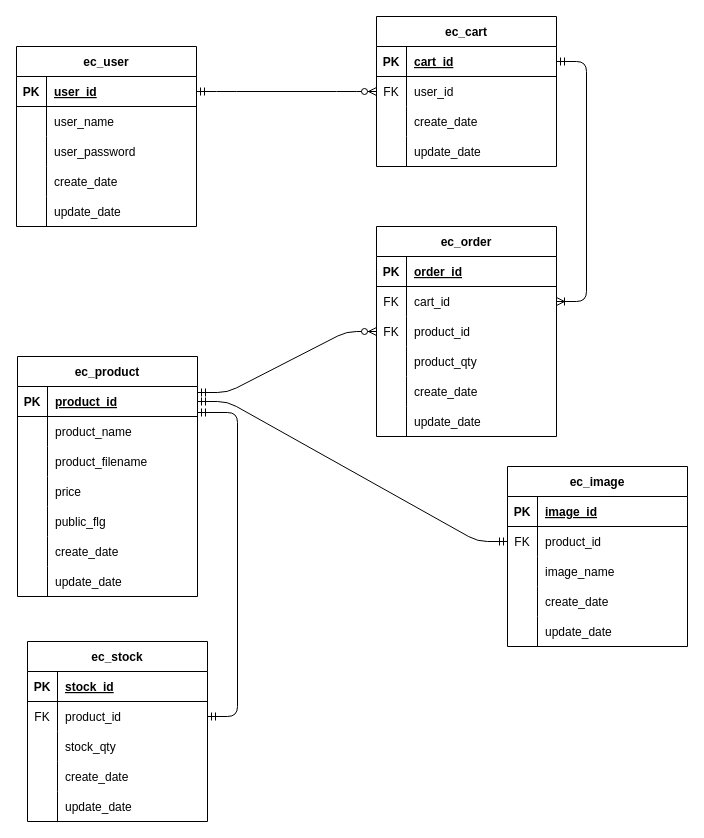
This is htdocs/ec_site/documents/ER.dio from wakamyc701/dc_work_tamachi_wakamiya_PHP, a draw.io file, before an edit. Source tidied: cells renumbered, new cells numbered last; positions are measured from the earlier drawing's top-left corner, leaving out a move shared by most shapes. Both pictures are drawn from the tidied source at 100%, with x=0, y=0 at pixel (16, 16).
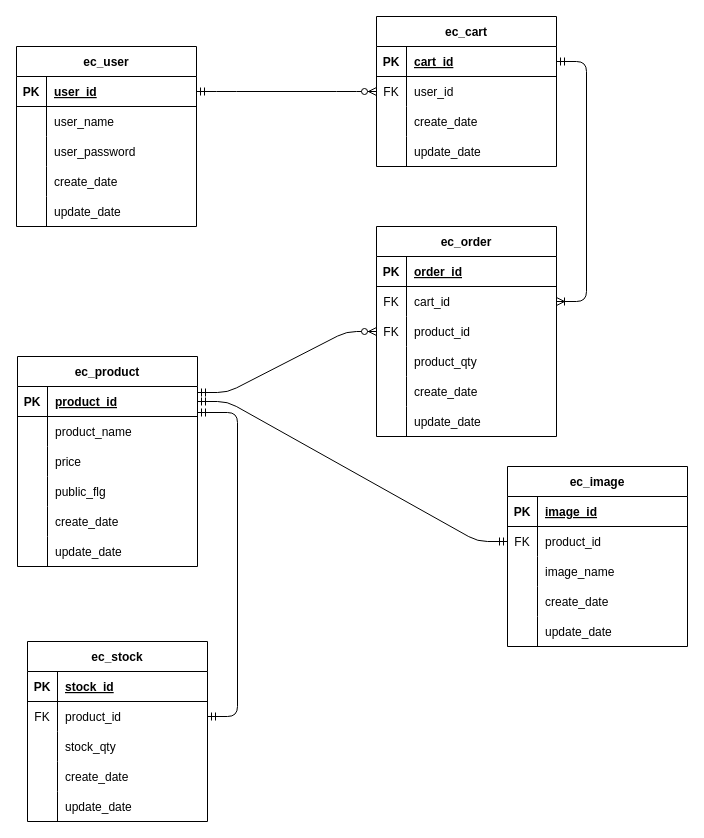
The same diagram, later.

The edit, as a diff of the source:
```diff
@@
     <mxCell id="50" value="ec_product" style="shape=table;startSize=30;childLayout=tableLayout;rowLines=0;fontStyle=1;align=center;" parent="1" vertex="1">
-      <mxGeometry x="1" y="340" width="180" height="240" as="geometry" />
+      <mxGeometry x="1" y="340" width="180" height="210" as="geometry" />
     </mxCell>
@@
-    <mxCell id="57" style="shape=tableRow;horizontal=0;startSize=0;swimlaneHead=0;swimlaneBody=0;fillColor=none;top=0;left=0;right=0;bottom=0;" parent="50" vertex="1">
-      <mxGeometry y="90" width="180" height="30" as="geometry" />
-    </mxCell>
-    <mxCell id="58" style="shape=partialRectangle;fillColor=none;top=0;left=0;bottom=0;right=0;overflow=hidden;" parent="57" vertex="1">
-      <mxGeometry width="30" height="30" as="geometry" />
-    </mxCell>
-    <mxCell id="59" value="product_filename" style="shape=partialRectangle;fillColor=none;top=0;left=0;bottom=0;right=0;align=left;spacingLeft=6;overflow=hidden;" parent="57" vertex="1">
-      <mxGeometry x="30" width="150" height="30" as="geometry" />
-    </mxCell>
     <mxCell id="60" style="shape=tableRow;horizontal=0;startSize=0;swimlaneHead=0;swimlaneBody=0;fillColor=none;top=0;left=0;right=0;bottom=0;" parent="50" vertex="1">
-      <mxGeometry y="120" width="180" height="30" as="geometry" />
+      <mxGeometry y="90" width="180" height="30" as="geometry" />
     </mxCell>
@@
     <mxCell id="63" style="shape=tableRow;horizontal=0;startSize=0;swimlaneHead=0;swimlaneBody=0;fillColor=none;top=0;left=0;right=0;bottom=0;" parent="50" vertex="1">
-      <mxGeometry y="150" width="180" height="30" as="geometry" />
+      <mxGeometry y="120" width="180" height="30" as="geometry" />
     </mxCell>
@@
     <mxCell id="66" style="shape=tableRow;horizontal=0;startSize=0;swimlaneHead=0;swimlaneBody=0;fillColor=none;top=0;left=0;right=0;bottom=0;" parent="50" vertex="1">
-      <mxGeometry y="180" width="180" height="30" as="geometry" />
+      <mxGeometry y="150" width="180" height="30" as="geometry" />
     </mxCell>
@@
     <mxCell id="69" style="shape=tableRow;horizontal=0;startSize=0;swimlaneHead=0;swimlaneBody=0;fillColor=none;top=0;left=0;right=0;bottom=0;" parent="50" vertex="1">
-      <mxGeometry y="210" width="180" height="30" as="geometry" />
+      <mxGeometry y="180" width="180" height="30" as="geometry" />
     </mxCell>
```
